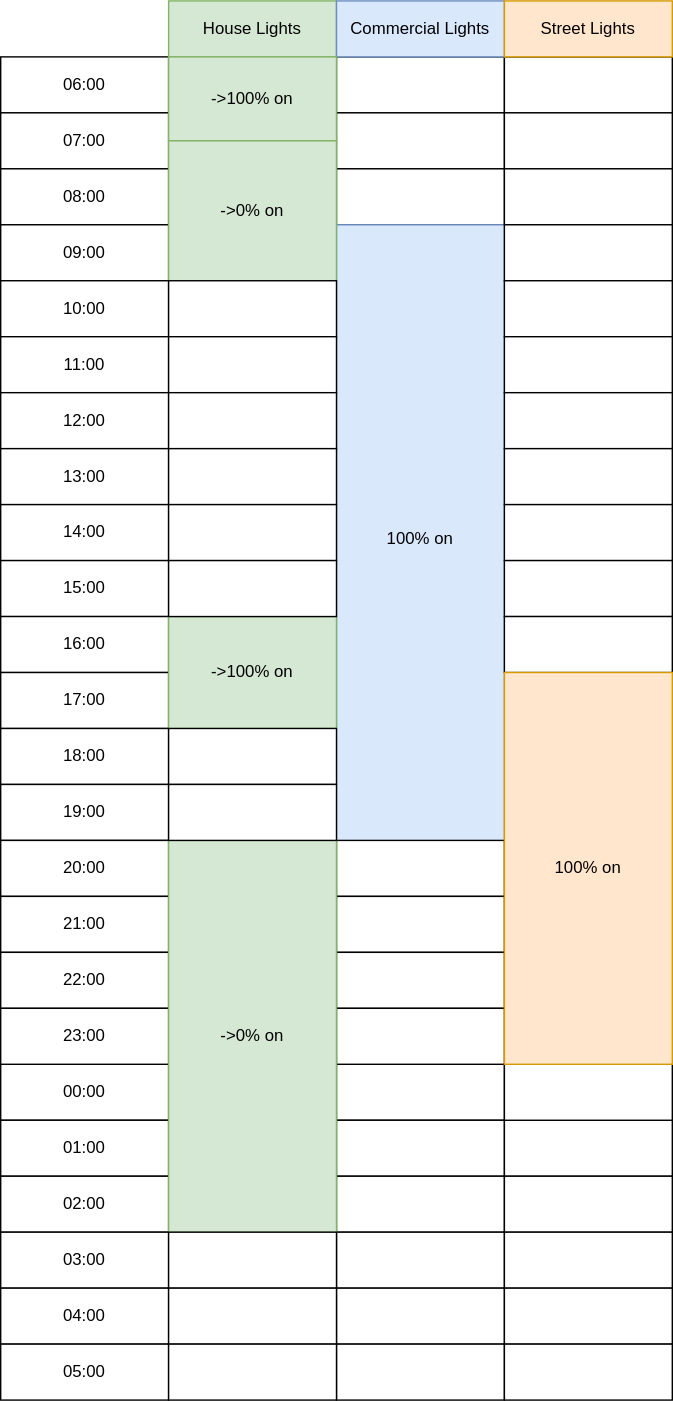
Dante1349/TGauge-ESP32-WebServer keeps this draw.io diagram as assets/light_time_table.drawio.svg. Above is the earlier version. Source tidied: cells renumbered, new cells last; positions are measured from the earlier drawing's top-left corner, leaving out a move shared by most shapes.
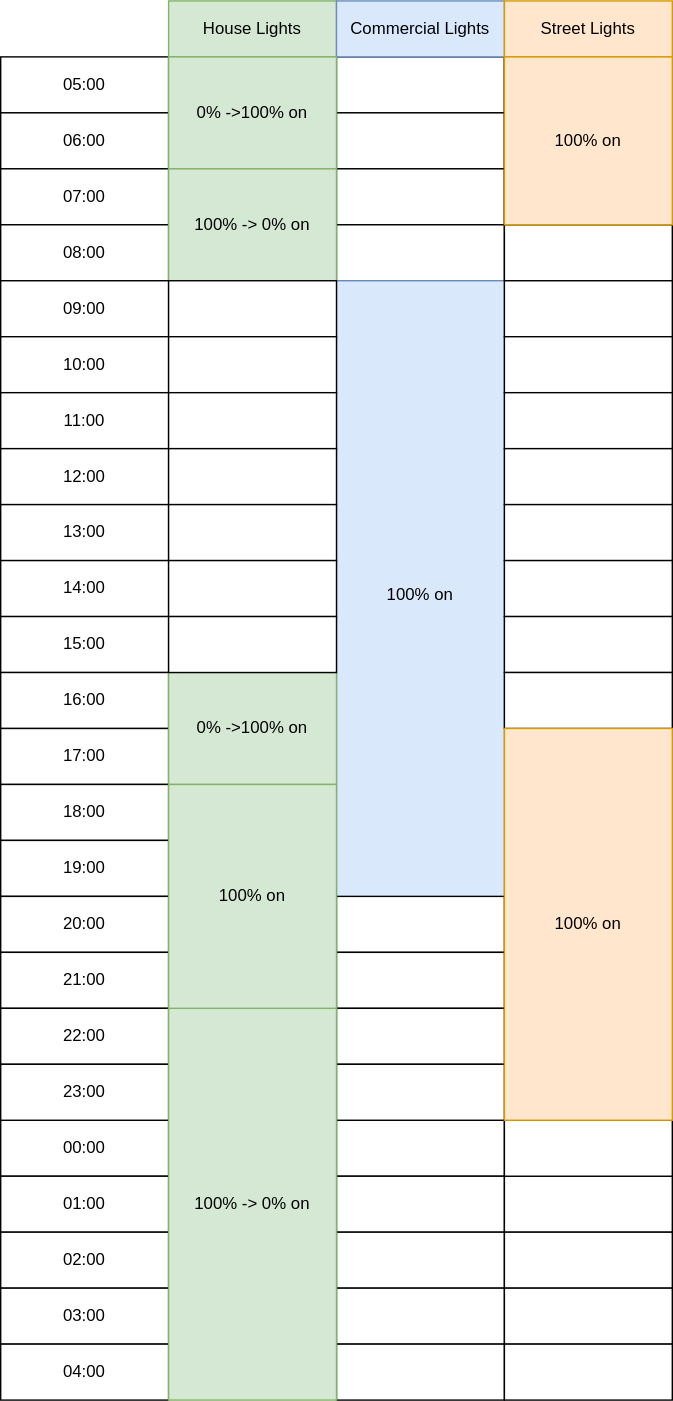
After the commit.

The edit, as a diff of the source:
```diff
@@ -18,7 +18,7 @@
       <mxGeometry y="920" width="120" height="40" as="geometry" />
     </mxCell>
     <mxCell id="7" value="05:00" style="rounded=0;whiteSpace=wrap;html=1;" parent="1" vertex="1">
-      <mxGeometry y="960" width="120" height="40" as="geometry" />
+      <mxGeometry width="120" height="40" as="geometry" />
     </mxCell>
     <mxCell id="8" value="06:00" style="rounded=0;whiteSpace=wrap;html=1;" parent="1" vertex="1">
       <mxGeometry y="40" width="120" height="40" as="geometry" />
@@ -90,7 +90,7 @@
       <mxGeometry x="240" y="920" width="120" height="40" as="geometry" />
     </mxCell>
     <mxCell id="31" style="rounded=0;whiteSpace=wrap;html=1;" parent="1" vertex="1">
-      <mxGeometry x="240" y="960" width="120" height="40" as="geometry" />
+      <mxGeometry x="240" width="120" height="40" as="geometry" />
     </mxCell>
     <mxCell id="32" style="rounded=0;whiteSpace=wrap;html=1;" parent="1" vertex="1">
       <mxGeometry x="240" y="40" width="120" height="40" as="geometry" />
@@ -129,7 +129,7 @@
       <mxGeometry x="360" y="920" width="120" height="40" as="geometry" />
     </mxCell>
     <mxCell id="44" style="rounded=0;whiteSpace=wrap;html=1;" parent="1" vertex="1">
-      <mxGeometry x="360" y="960" width="120" height="40" as="geometry" />
+      <mxGeometry x="360" width="120" height="40" as="geometry" />
     </mxCell>
     <mxCell id="45" style="rounded=0;whiteSpace=wrap;html=1;" parent="1" vertex="1">
       <mxGeometry x="360" y="40" width="120" height="40" as="geometry" />
@@ -165,13 +165,13 @@
       <mxGeometry x="360" y="440" width="120" height="40" as="geometry" />
     </mxCell>
     <mxCell id="56" value="House Lights" style="rounded=0;whiteSpace=wrap;html=1;fillColor=#d5e8d4;strokeColor=#82b366;" parent="1" vertex="1">
-      <mxGeometry x="120" width="120" height="40" as="geometry" />
+      <mxGeometry x="120" y="-40" width="120" height="40" as="geometry" />
     </mxCell>
     <mxCell id="57" value="Commercial Lights" style="rounded=0;whiteSpace=wrap;html=1;fillColor=#dae8fc;strokeColor=#6c8ebf;" parent="1" vertex="1">
-      <mxGeometry x="240" width="120" height="40" as="geometry" />
+      <mxGeometry x="240" y="-40" width="120" height="40" as="geometry" />
     </mxCell>
     <mxCell id="58" value="Street Lights" style="rounded=0;whiteSpace=wrap;html=1;fillColor=#ffe6cc;strokeColor=#d79b00;" parent="1" vertex="1">
-      <mxGeometry x="360" width="120" height="40" as="geometry" />
+      <mxGeometry x="360" y="-40" width="120" height="40" as="geometry" />
     </mxCell>
     <mxCell id="59" style="rounded=0;whiteSpace=wrap;html=1;" parent="1" vertex="1">
       <mxGeometry x="360" y="760" width="120" height="40" as="geometry" />
@@ -179,27 +179,24 @@
     <mxCell id="60" value="100% on" style="rounded=0;whiteSpace=wrap;html=1;fillColor=#ffe6cc;strokeColor=#d79b00;" parent="1" vertex="1">
       <mxGeometry x="360" y="480" width="120" height="280" as="geometry" />
     </mxCell>
-    <mxCell id="61" value="-&amp;gt;100% on" style="rounded=0;whiteSpace=wrap;html=1;fillColor=#d5e8d4;strokeColor=#82b366;" parent="1" vertex="1">
-      <mxGeometry x="120" y="40" width="120" height="60" as="geometry" />
+    <mxCell id="61" value="0% -&amp;gt;100% on" style="rounded=0;whiteSpace=wrap;html=1;fillColor=#d5e8d4;strokeColor=#82b366;" parent="1" vertex="1">
+      <mxGeometry x="120" width="120" height="80" as="geometry" />
     </mxCell>
-    <mxCell id="62" value="-&amp;gt;0% on" style="rounded=0;whiteSpace=wrap;html=1;fillColor=#d5e8d4;strokeColor=#82b366;" parent="1" vertex="1">
-      <mxGeometry x="120" y="100" width="120" height="100" as="geometry" />
+    <mxCell id="62" value="100% -&amp;gt; 0% on" style="rounded=0;whiteSpace=wrap;html=1;fillColor=#d5e8d4;strokeColor=#82b366;" parent="1" vertex="1">
+      <mxGeometry x="120" y="80" width="120" height="80" as="geometry" />
     </mxCell>
-    <mxCell id="63" value="-&amp;gt;100% on" style="rounded=0;whiteSpace=wrap;html=1;fillColor=#d5e8d4;strokeColor=#82b366;" parent="1" vertex="1">
+    <mxCell id="63" value="0% -&amp;gt;100% on" style="rounded=0;whiteSpace=wrap;html=1;fillColor=#d5e8d4;strokeColor=#82b366;" parent="1" vertex="1">
       <mxGeometry x="120" y="440" width="120" height="80" as="geometry" />
     </mxCell>
-    <mxCell id="64" value="-&amp;gt;0% on" style="rounded=0;whiteSpace=wrap;html=1;fillColor=#d5e8d4;strokeColor=#82b366;" parent="1" vertex="1">
-      <mxGeometry x="120" y="600" width="120" height="280" as="geometry" />
+    <mxCell id="64" value="100% -&amp;gt; 0% on" style="rounded=0;whiteSpace=wrap;html=1;fillColor=#d5e8d4;strokeColor=#82b366;" parent="1" vertex="1">
+      <mxGeometry x="120" y="680" width="120" height="280" as="geometry" />
     </mxCell>
-    <mxCell id="65" style="rounded=0;whiteSpace=wrap;html=1;" parent="1" vertex="1">
-      <mxGeometry x="120" y="880" width="120" height="40" as="geometry" />
-    </mxCell>
-    <mxCell id="66" style="rounded=0;whiteSpace=wrap;html=1;" parent="1" vertex="1">
-      <mxGeometry x="120" y="920" width="120" height="40" as="geometry" />
-    </mxCell>
-    <mxCell id="67" style="rounded=0;whiteSpace=wrap;html=1;" parent="1" vertex="1">
-      <mxGeometry x="120" y="960" width="120" height="40" as="geometry" />
-    </mxCell>
+    <mxCell id="76" value="100% on" style="rounded=0;whiteSpace=wrap;html=1;fillColor=#d5e8d4;strokeColor=#82b366;" parent="1" vertex="1">
+      <mxGeometry x="120" y="520" width="120" height="160" as="geometry" />
+    </mxCell>
+    <mxCell id="77" style="rounded=0;whiteSpace=wrap;html=1;" parent="1" vertex="1">
+      <mxGeometry x="120" y="160" width="120" height="40" as="geometry" />
+    </mxCell>
     <mxCell id="68" style="rounded=0;whiteSpace=wrap;html=1;" parent="1" vertex="1">
       <mxGeometry x="120" y="200" width="120" height="40" as="geometry" />
     </mxCell>
@@ -218,11 +215,8 @@
     <mxCell id="73" style="rounded=0;whiteSpace=wrap;html=1;" parent="1" vertex="1">
       <mxGeometry x="120" y="400" width="120" height="40" as="geometry" />
     </mxCell>
-    <mxCell id="74" style="rounded=0;whiteSpace=wrap;html=1;" parent="1" vertex="1">
-      <mxGeometry x="120" y="520" width="120" height="40" as="geometry" />
-    </mxCell>
-    <mxCell id="75" style="rounded=0;whiteSpace=wrap;html=1;" parent="1" vertex="1">
-      <mxGeometry x="120" y="560" width="120" height="40" as="geometry" />
-    </mxCell>
+    <mxCell id="78" value="100% on" style="rounded=0;whiteSpace=wrap;html=1;fillColor=#ffe6cc;strokeColor=#d79b00;" parent="1" vertex="1">
+      <mxGeometry x="360" width="120" height="120" as="geometry" />
+    </mxCell>
   </root>
 </mxGraphModel>
```
